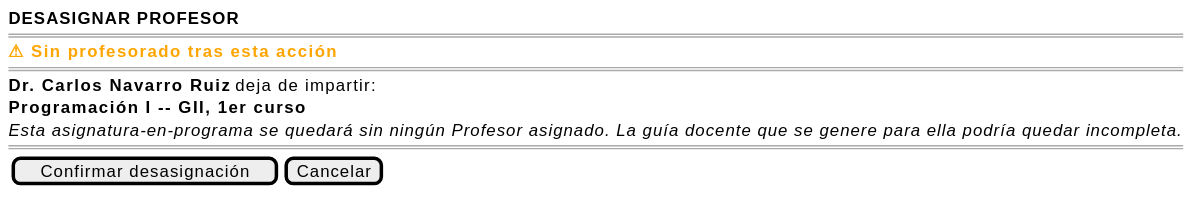
Before: images/RUP/01-requisitos/03-detalle-casos-uso/desasignarProfesorAsignaturaPrograma/wireframe-advertencia.svg, a diagram exported from PlantUML (mmasias/pyCeldaPublico).
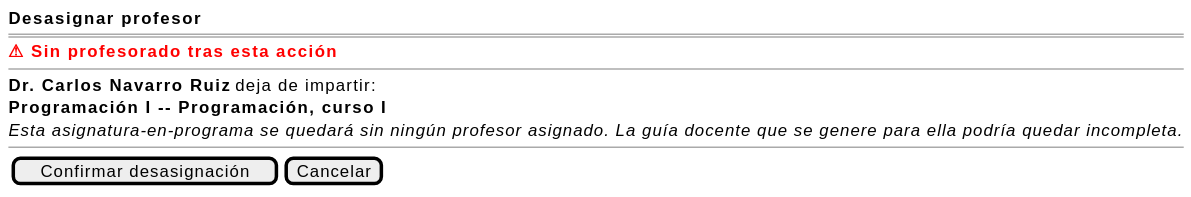
Later version of the same file.

The edit, as a diff of the source:
```diff
@@ -1,15 +1,13 @@
 @startsalt desasignarProfesorAsignaturaPrograma-wireframe-advertencia
 {
-    <b>DESASIGNAR PROFESOR</b>
+    <b>Desasignar profesor</b>
     ====
-    <color:orange><b>⚠ Sin profesorado tras esta acción</b></color>
-    ====
+    <color:red><b>⚠ Sin profesorado tras esta acción</b></color>
+    --
     <b>Dr. Carlos Navarro Ruiz</b> deja de impartir:
-
-    <b>Programación I -- GII, 1er curso</b>
-
-    <i>Esta asignatura-en-programa se quedará sin ningún Profesor asignado. La guía docente que se genere para ella podría quedar incompleta.</i>
-    ====
+    <b>Programación I -- Programación, curso I</b>
+    <i>Esta asignatura-en-programa se quedará sin ningún profesor asignado. La guía docente que se genere para ella podría quedar incompleta.</i>
+    --
     {[Confirmar desasignación] | [Cancelar]}
 }
 @endsalt
```
